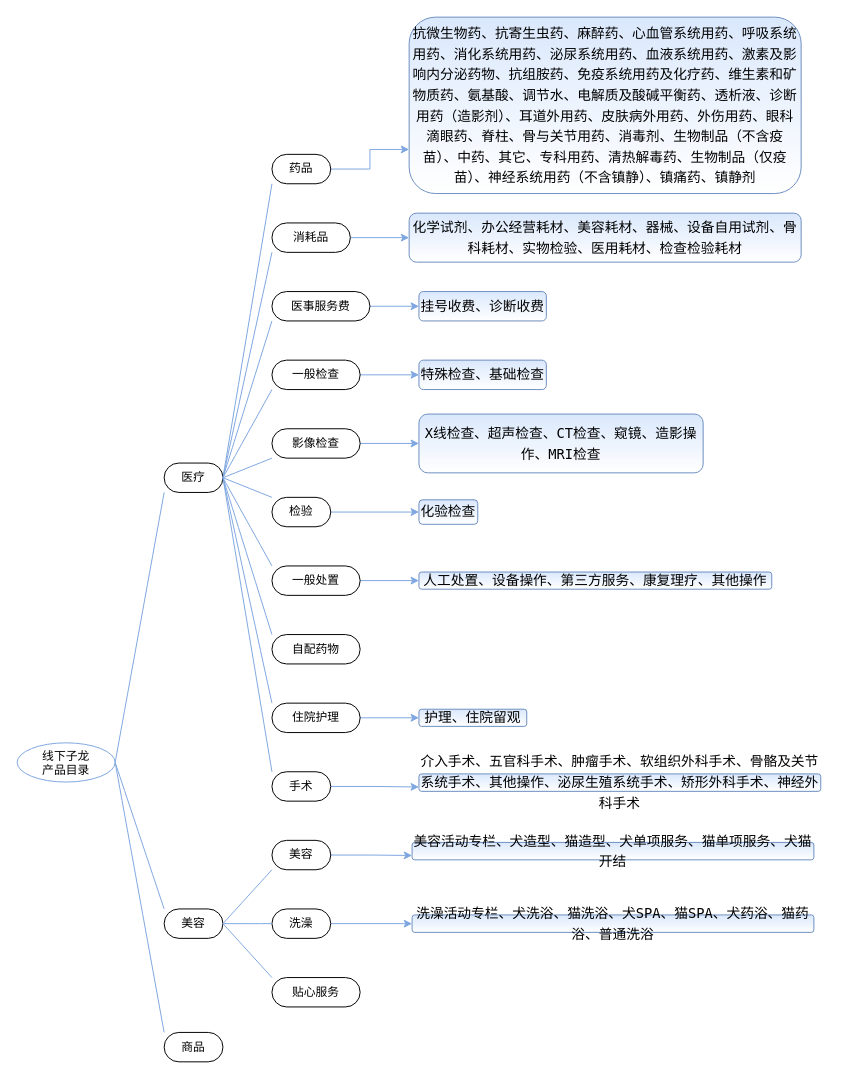
This is page "产品目录分类" (1 of 2) of pet_data_warehouse/经营参谋.drawio from fangzheng0518/draw, a draw.io file, before an edit. Source tidied: cells renumbered, new cells numbered last; positions are measured from the earlier drawing's top-left corner, leaving out a move shared by most shapes. Both pictures are drawn from the tidied source at 98%, with x=0, y=0 at pixel (17, 17).
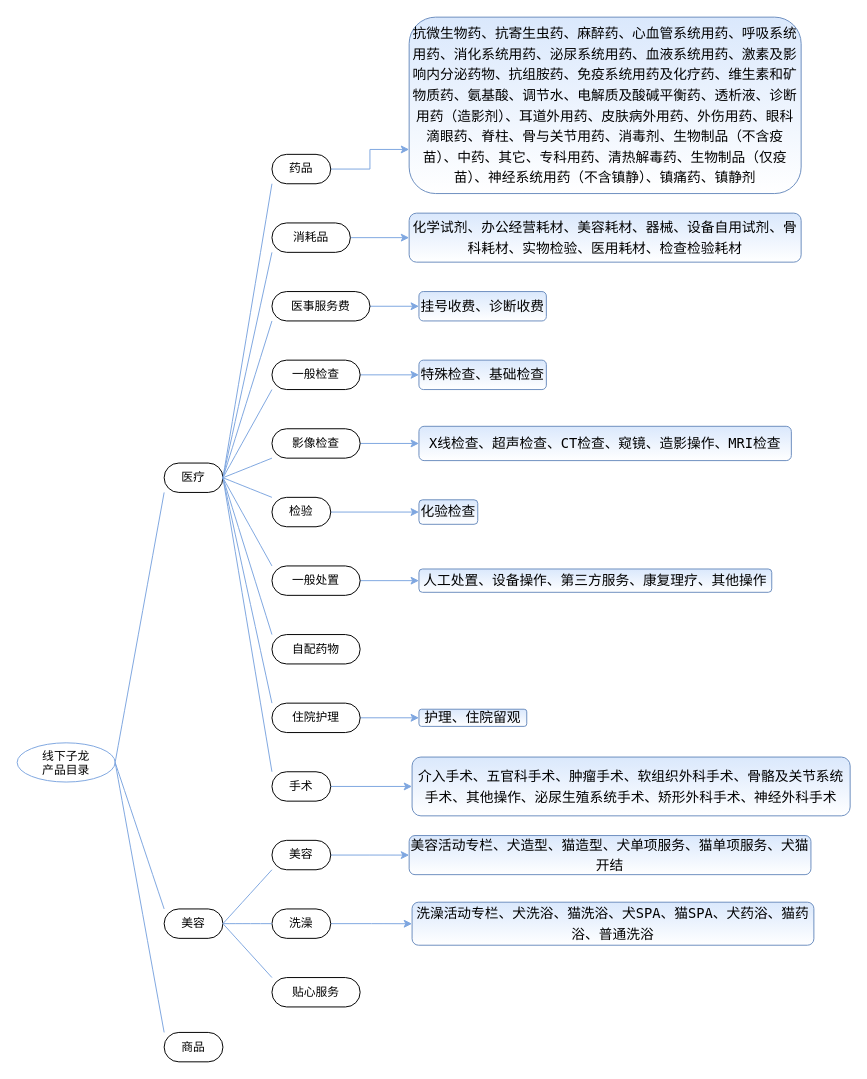
The same page after the edit.

Commit message (it also covers changes not shown here):
更新经营参谋.drawio

The change refers to these unchanged cells:
```xml
<mxCell id="34" value="手术" style="whiteSpace=wrap;html=1;rounded=1;arcSize=50;align=center;verticalAlign=middle;strokeWidth=1;spacing=4;newEdgeStyle={&quot;edgeStyle&quot;:&quot;entityRelationEdgeStyle&quot;,&quot;startArrow&quot;:&quot;none&quot;,&quot;endArrow&quot;:&quot;none&quot;,&quot;segment&quot;:10,&quot;curved&quot;:1};shadow=0;" parent="1" vertex="1">
  <mxGeometry x="260" y="770" width="60" height="30" as="geometry" />
</mxCell>
<mxCell id="40" value="美容" style="whiteSpace=wrap;html=1;rounded=1;arcSize=50;align=center;verticalAlign=middle;strokeWidth=1;spacing=4;newEdgeStyle={&quot;edgeStyle&quot;:&quot;entityRelationEdgeStyle&quot;,&quot;startArrow&quot;:&quot;none&quot;,&quot;endArrow&quot;:&quot;none&quot;,&quot;segment&quot;:10,&quot;curved&quot;:1};shadow=0;" parent="1" vertex="1">
  <mxGeometry x="260" y="840" width="60" height="30" as="geometry" />
</mxCell>
```

What changed in the source:
```diff
@@
-    <mxCell id="33" style="edgeStyle=orthogonalEdgeStyle;rounded=0;jettySize=auto;html=1;entryX=0;entryY=0.75;entryDx=0;entryDy=0;fontSize=10;strokeColor=#7EA6E0;shadow=0;" parent="1" edge="1" source="34" target="55">
+    <mxCell id="33" style="edgeStyle=orthogonalEdgeStyle;rounded=0;jettySize=auto;html=1;entryX=0;entryY=0.5;entryDx=0;entryDy=0;shadow=0;fontSize=10;fontColor=#000000;strokeColor=#7EA6E0;" parent="1" edge="1" source="34" target="55">
       <mxGeometry relative="1" as="geometry" />
     </mxCell>
@@
-    <mxCell id="39" style="edgeStyle=orthogonalEdgeStyle;rounded=0;jettySize=auto;html=1;entryX=0;entryY=0.75;entryDx=0;entryDy=0;fontSize=10;strokeColor=#7EA6E0;shadow=0;" parent="1" edge="1" source="40" target="56">
+    <mxCell id="39" style="edgeStyle=orthogonalEdgeStyle;rounded=0;jettySize=auto;html=1;entryX=0;entryY=0.5;entryDx=0;entryDy=0;shadow=0;fontSize=10;fontColor=#000000;strokeColor=#7EA6E0;" parent="1" edge="1" source="40" target="56">
       <mxGeometry relative="1" as="geometry" />
     </mxCell>
@@
     <mxCell id="51" value="&lt;div style=&quot;font-family: menlo, monaco, &amp;quot;courier new&amp;quot;, monospace; font-size: 10px; line-height: 21px;&quot;&gt;&lt;div style=&quot;font-size: 10px&quot;&gt;&lt;div style=&quot;font-family: &amp;quot;menlo&amp;quot; , &amp;quot;monaco&amp;quot; , &amp;quot;courier new&amp;quot; , monospace ; font-size: 14px ; line-height: 21px&quot;&gt;&lt;div style=&quot;font-family: &amp;quot;menlo&amp;quot; , &amp;quot;monaco&amp;quot; , &amp;quot;courier new&amp;quot; , monospace ; line-height: 21px&quot;&gt;&lt;div style=&quot;line-height: 21px&quot;&gt;&lt;div style=&quot;line-height: 21px&quot;&gt;X线检查、超声检查、CT检查、窥镜、造影操作、MRI检查&lt;/div&gt;&lt;/div&gt;&lt;/div&gt;&lt;/div&gt;&lt;/div&gt;&lt;/div&gt;" style="text;html=1;align=center;verticalAlign=middle;whiteSpace=wrap;rounded=1;fontSize=10;labelBackgroundColor=none;labelBorderColor=none;strokeWidth=1;fillColor=#dae8fc;strokeColor=#6c8ebf;gradientColor=#ffffff;shadow=0;" parent="1" vertex="1">
-      <mxGeometry x="410" y="405" width="290" height="60" as="geometry" />
+      <mxGeometry x="410" y="417.5" width="380" height="35" as="geometry" />
     </mxCell>
@@
     <mxCell id="53" value="&lt;div style=&quot;font-family: menlo, monaco, &amp;quot;courier new&amp;quot;, monospace; font-size: 10px; line-height: 21px;&quot;&gt;&lt;div style=&quot;font-size: 10px&quot;&gt;&lt;div style=&quot;font-family: &amp;quot;menlo&amp;quot; , &amp;quot;monaco&amp;quot; , &amp;quot;courier new&amp;quot; , monospace ; font-size: 14px ; line-height: 21px&quot;&gt;&lt;div style=&quot;font-family: &amp;quot;menlo&amp;quot; , &amp;quot;monaco&amp;quot; , &amp;quot;courier new&amp;quot; , monospace ; line-height: 21px&quot;&gt;&lt;div style=&quot;line-height: 21px&quot;&gt;&lt;div style=&quot;line-height: 21px&quot;&gt;&lt;div style=&quot;line-height: 21px&quot;&gt;人工处置、设备操作、第三方服务、康复理疗、其他操作&lt;/div&gt;&lt;/div&gt;&lt;/div&gt;&lt;/div&gt;&lt;/div&gt;&lt;/div&gt;&lt;/div&gt;" style="text;html=1;align=center;verticalAlign=middle;whiteSpace=wrap;rounded=1;fontSize=10;labelBackgroundColor=none;labelBorderColor=none;strokeWidth=1;fillColor=#dae8fc;strokeColor=#6c8ebf;gradientColor=#ffffff;shadow=0;" parent="1" vertex="1">
-      <mxGeometry x="410" y="566.2" width="360" height="17.5" as="geometry" />
+      <mxGeometry x="410" y="563.1" width="360" height="23.8" as="geometry" />
     </mxCell>
@@
     <mxCell id="55" value="&lt;div style=&quot;font-family: menlo, monaco, &amp;quot;courier new&amp;quot;, monospace; font-size: 10px; line-height: 21px;&quot;&gt;&lt;div style=&quot;font-size: 10px&quot;&gt;&lt;div style=&quot;font-family: &amp;quot;menlo&amp;quot; , &amp;quot;monaco&amp;quot; , &amp;quot;courier new&amp;quot; , monospace ; font-size: 14px ; line-height: 21px&quot;&gt;&lt;div style=&quot;font-family: &amp;quot;menlo&amp;quot; , &amp;quot;monaco&amp;quot; , &amp;quot;courier new&amp;quot; , monospace ; line-height: 21px&quot;&gt;&lt;div style=&quot;line-height: 21px&quot;&gt;&lt;div style=&quot;line-height: 21px&quot;&gt;&lt;div style=&quot;line-height: 21px&quot;&gt;&lt;div style=&quot;font-family: &amp;quot;menlo&amp;quot; , &amp;quot;monaco&amp;quot; , &amp;quot;courier new&amp;quot; , monospace ; line-height: 21px&quot;&gt;介入手术、五官科手术、肿瘤手术、软组织外科手术、骨骼及关节系统手术、其他操作、泌尿生殖系统手术、矫形外科手术、神经外科手术&lt;/div&gt;&lt;/div&gt;&lt;/div&gt;&lt;/div&gt;&lt;/div&gt;&lt;/div&gt;&lt;/div&gt;&lt;/div&gt;" style="text;html=1;align=center;verticalAlign=middle;whiteSpace=wrap;rounded=1;fontSize=10;labelBackgroundColor=none;labelBorderColor=none;strokeWidth=1;fillColor=#dae8fc;strokeColor=#6c8ebf;gradientColor=#ffffff;shadow=0;" parent="1" vertex="1">
-      <mxGeometry x="410" y="772.2" width="410" height="17.8" as="geometry" />
+      <mxGeometry x="403" y="755" width="447" height="60" as="geometry" />
     </mxCell>
     <mxCell id="56" value="&lt;div style=&quot;font-family: menlo, monaco, &amp;quot;courier new&amp;quot;, monospace; font-size: 10px; line-height: 21px;&quot;&gt;&lt;div style=&quot;font-size: 10px&quot;&gt;&lt;div style=&quot;font-family: &amp;quot;menlo&amp;quot; , &amp;quot;monaco&amp;quot; , &amp;quot;courier new&amp;quot; , monospace ; font-size: 14px ; line-height: 21px&quot;&gt;&lt;div style=&quot;font-family: &amp;quot;menlo&amp;quot; , &amp;quot;monaco&amp;quot; , &amp;quot;courier new&amp;quot; , monospace ; line-height: 21px&quot;&gt;&lt;div style=&quot;line-height: 21px&quot;&gt;&lt;div style=&quot;line-height: 21px&quot;&gt;&lt;div style=&quot;line-height: 21px&quot;&gt;&lt;div style=&quot;font-family: &amp;quot;menlo&amp;quot; , &amp;quot;monaco&amp;quot; , &amp;quot;courier new&amp;quot; , monospace ; line-height: 21px&quot;&gt;&lt;div style=&quot;font-family: &amp;quot;menlo&amp;quot; , &amp;quot;monaco&amp;quot; , &amp;quot;courier new&amp;quot; , monospace ; line-height: 21px&quot;&gt;美容活动专栏、犬造型、猫造型、犬单项服务、猫单项服务、犬猫开结&lt;/div&gt;&lt;/div&gt;&lt;/div&gt;&lt;/div&gt;&lt;/div&gt;&lt;/div&gt;&lt;/div&gt;&lt;/div&gt;&lt;/div&gt;" style="text;html=1;align=center;verticalAlign=middle;whiteSpace=wrap;rounded=1;fontSize=10;labelBackgroundColor=none;labelBorderColor=none;strokeWidth=1;fillColor=#dae8fc;strokeColor=#6c8ebf;gradientColor=#ffffff;shadow=0;" parent="1" vertex="1">
-      <mxGeometry x="403" y="842.1" width="410" height="17.8" as="geometry" />
+      <mxGeometry x="400" y="835.1" width="410" height="39.9" as="geometry" />
     </mxCell>
     <mxCell id="57" value="&lt;div style=&quot;font-family: menlo, monaco, &amp;quot;courier new&amp;quot;, monospace; font-size: 10px; line-height: 21px;&quot;&gt;&lt;div style=&quot;font-size: 10px&quot;&gt;&lt;div style=&quot;font-family: &amp;quot;menlo&amp;quot; , &amp;quot;monaco&amp;quot; , &amp;quot;courier new&amp;quot; , monospace ; font-size: 14px ; line-height: 21px&quot;&gt;&lt;div style=&quot;font-family: &amp;quot;menlo&amp;quot; , &amp;quot;monaco&amp;quot; , &amp;quot;courier new&amp;quot; , monospace ; line-height: 21px&quot;&gt;&lt;div style=&quot;line-height: 21px&quot;&gt;&lt;div style=&quot;line-height: 21px&quot;&gt;&lt;div style=&quot;line-height: 21px&quot;&gt;&lt;div style=&quot;font-family: &amp;quot;menlo&amp;quot; , &amp;quot;monaco&amp;quot; , &amp;quot;courier new&amp;quot; , monospace ; line-height: 21px&quot;&gt;&lt;div style=&quot;font-family: &amp;quot;menlo&amp;quot; , &amp;quot;monaco&amp;quot; , &amp;quot;courier new&amp;quot; , monospace ; line-height: 21px&quot;&gt;&lt;div style=&quot;font-family: &amp;quot;menlo&amp;quot; , &amp;quot;monaco&amp;quot; , &amp;quot;courier new&amp;quot; , monospace ; line-height: 21px&quot;&gt;洗澡活动专栏、犬洗浴、猫洗浴、犬SPA、猫SPA、犬药浴、猫药浴、普通洗浴&lt;/div&gt;&lt;/div&gt;&lt;/div&gt;&lt;/div&gt;&lt;/div&gt;&lt;/div&gt;&lt;/div&gt;&lt;/div&gt;&lt;/div&gt;&lt;/div&gt;" style="text;html=1;align=center;verticalAlign=middle;whiteSpace=wrap;rounded=1;fontSize=10;labelBackgroundColor=none;labelBorderColor=none;strokeWidth=1;fillColor=#dae8fc;strokeColor=#6c8ebf;gradientColor=#ffffff;shadow=0;" parent="1" vertex="1">
-      <mxGeometry x="403" y="916.1" width="410" height="17.8" as="geometry" />
+      <mxGeometry x="403" y="903.1" width="410" height="43.9" as="geometry" />
     </mxCell>
```
